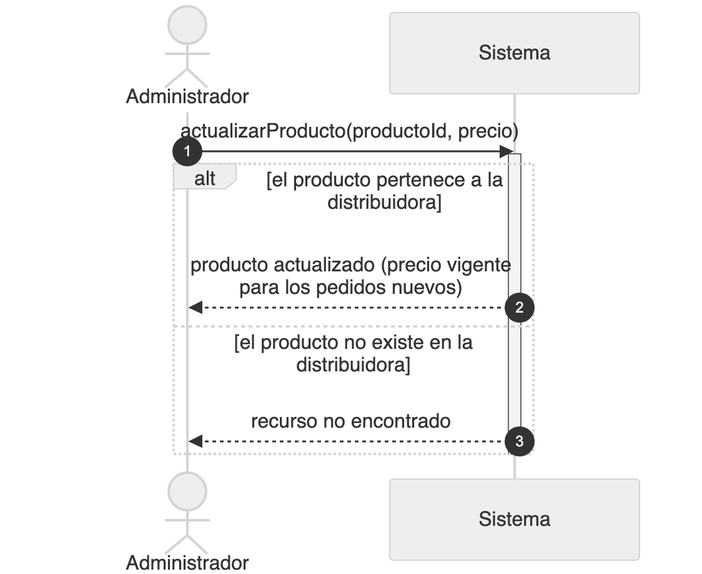
The Mermaid diagram diagramas/png/DSS_CU-037_Actualizar-Precio-De-Producto.png in Nahuelito-Dev/splg-docs, before a commit. Its source is kept beside it as diagramas/DSS_CU-037_Actualizar-Precio-De-Producto.mmd.
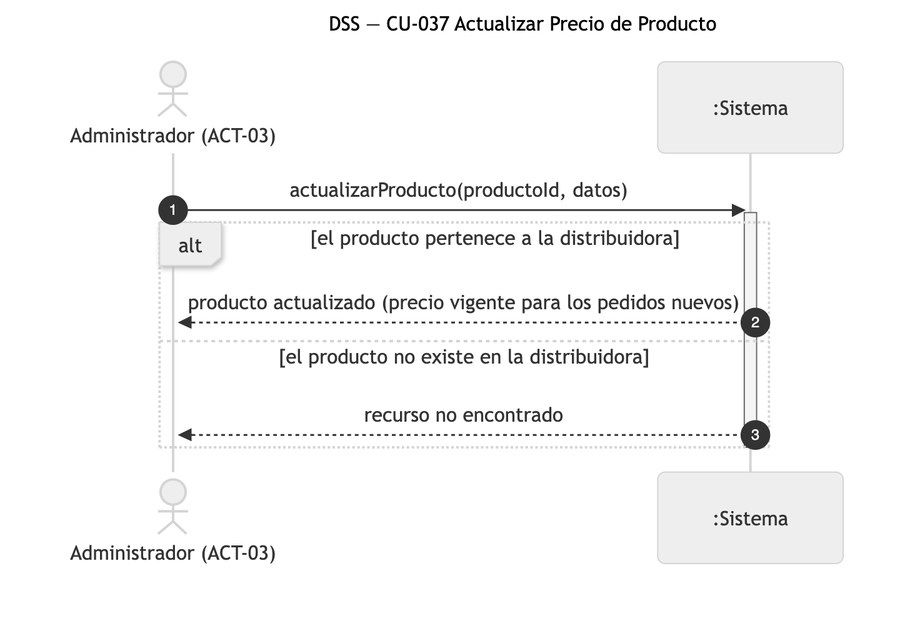
After the commit.

Diff of the diagram source:
```diff
@@ -1,10 +1,10 @@
 sequenceDiagram
-    title DSS — CU-037 Actualizar Precio De Producto
+    title DSS — CU-037 Actualizar Precio de Producto
     autonumber
-    actor ADM as Administrador
-    participant SIS as Sistema
+    actor ADM as Administrador (ACT-03)
+    participant SIS as :Sistema
 
-    ADM->>SIS: actualizarProducto(productoId, precio)
+    ADM->>SIS: actualizarProducto(productoId, datos)
     activate SIS
     alt el producto pertenece a la distribuidora
         SIS-->>ADM: producto actualizado (precio vigente para los pedidos nuevos)
```
